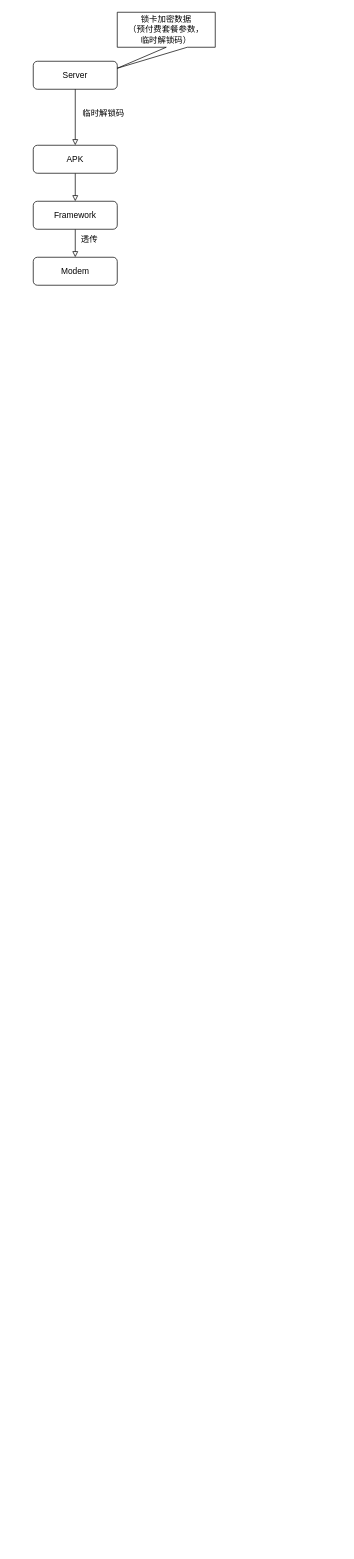
This is 预付费临时解锁码.drawio from yangzetuoyuan/yangzetuoyuan.github.io, a draw.io file, before an edit. Source tidied: cells renumbered, new cells numbered last; positions are measured from the earlier drawing's top-left corner, leaving out a move shared by most shapes. Both pictures are drawn from the tidied source at 70%, with x=0, y=0 at pixel (33, 12).
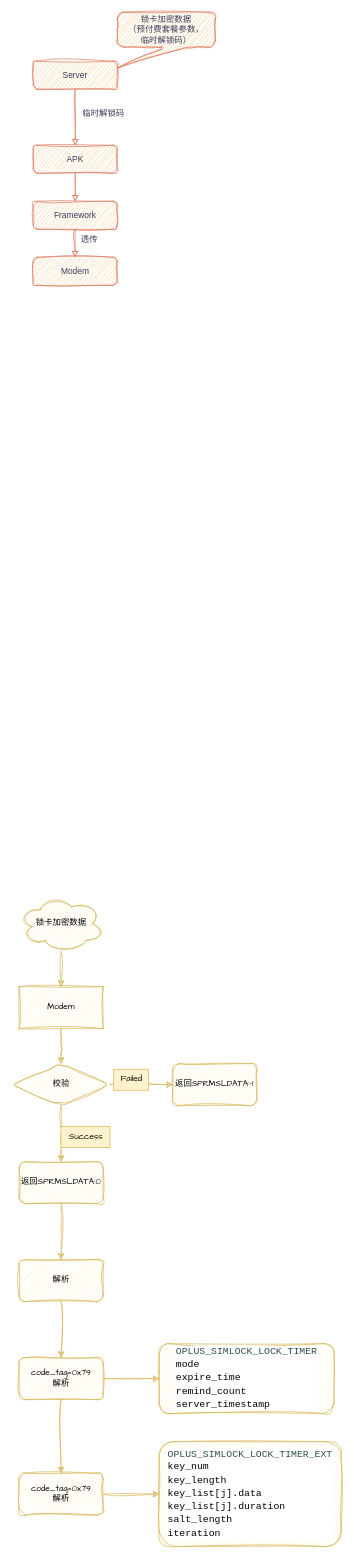
After the change.

Commit message:
更新预付费临时解锁码.drawio

What changed in the source:
```diff
@@
-    <mxCell id="2" value="Server" style="rounded=1;whiteSpace=wrap;html=1;fontSize=12;glass=0;strokeWidth=1;shadow=0;" parent="1" vertex="1">
+    <mxCell id="2" value="Server" style="rounded=1;whiteSpace=wrap;html=1;fontSize=12;glass=0;strokeWidth=1;shadow=0;labelBackgroundColor=none;fillColor=#F2CC8F;strokeColor=#E07A5F;fontColor=#393C56;sketch=1;curveFitting=1;jiggle=2;" parent="1" vertex="1">
       <mxGeometry y="70" width="120" height="40" as="geometry" />
     </mxCell>
-    <mxCell id="3" style="edgeStyle=orthogonalEdgeStyle;rounded=0;jettySize=auto;html=1;exitX=0.5;exitY=1;exitDx=0;exitDy=0;endArrow=block;endFill=0;" parent="1" edge="1" source="4" target="6">
+    <mxCell id="3" style="edgeStyle=orthogonalEdgeStyle;rounded=1;jettySize=auto;html=1;exitX=0.5;exitY=1;exitDx=0;exitDy=0;endArrow=block;endFill=0;labelBackgroundColor=none;strokeColor=#E07A5F;fontColor=default;sketch=1;curveFitting=1;jiggle=2;" parent="1" edge="1" source="4" target="6">
       <mxGeometry relative="1" as="geometry" />
     </mxCell>
-    <mxCell id="4" value="APK" style="rounded=1;whiteSpace=wrap;html=1;fontSize=12;glass=0;strokeWidth=1;shadow=0;" parent="1" vertex="1">
+    <mxCell id="4" value="APK" style="rounded=1;whiteSpace=wrap;html=1;fontSize=12;glass=0;strokeWidth=1;shadow=0;labelBackgroundColor=none;fillColor=#F2CC8F;strokeColor=#E07A5F;fontColor=#393C56;sketch=1;curveFitting=1;jiggle=2;" parent="1" vertex="1">
       <mxGeometry y="190" width="120" height="40" as="geometry" />
     </mxCell>
-    <mxCell id="5" style="edgeStyle=orthogonalEdgeStyle;rounded=0;jettySize=auto;html=1;endArrow=block;endFill=0;" parent="1" edge="1" source="6" target="7">
+    <mxCell id="5" style="edgeStyle=orthogonalEdgeStyle;rounded=1;jettySize=auto;html=1;endArrow=block;endFill=0;labelBackgroundColor=none;strokeColor=#E07A5F;fontColor=default;sketch=1;curveFitting=1;jiggle=2;" parent="1" edge="1" source="6" target="7">
       <mxGeometry relative="1" as="geometry" />
     </mxCell>
-    <mxCell id="6" value="Framework" style="rounded=1;whiteSpace=wrap;html=1;fontSize=12;glass=0;strokeWidth=1;shadow=0;" parent="1" vertex="1">
+    <mxCell id="6" value="Framework" style="rounded=1;whiteSpace=wrap;html=1;fontSize=12;glass=0;strokeWidth=1;shadow=0;labelBackgroundColor=none;fillColor=#F2CC8F;strokeColor=#E07A5F;fontColor=#393C56;sketch=1;curveFitting=1;jiggle=2;" parent="1" vertex="1">
       <mxGeometry y="270" width="120" height="40" as="geometry" />
     </mxCell>
-    <mxCell id="7" value="Modem" style="rounded=1;whiteSpace=wrap;html=1;fontSize=12;glass=0;strokeWidth=1;shadow=0;" parent="1" vertex="1">
+    <mxCell id="7" value="Modem" style="rounded=1;whiteSpace=wrap;html=1;fontSize=12;glass=0;strokeWidth=1;shadow=0;labelBackgroundColor=none;fillColor=#F2CC8F;strokeColor=#E07A5F;fontColor=#393C56;sketch=1;curveFitting=1;jiggle=2;" parent="1" vertex="1">
       <mxGeometry y="350" width="120" height="40" as="geometry" />
     </mxCell>
-    <mxCell id="8" style="endArrow=block;html=1;rounded=0;exitX=0.5;exitY=1;exitDx=0;exitDy=0;endFill=0;" parent="1" edge="1" source="2" target="4">
+    <mxCell id="8" style="endArrow=block;html=1;rounded=1;exitX=0.5;exitY=1;exitDx=0;exitDy=0;endFill=0;labelBackgroundColor=none;strokeColor=#E07A5F;fontColor=default;sketch=1;curveFitting=1;jiggle=2;" parent="1" edge="1" source="2" target="4">
       <mxGeometry relative="1" as="geometry" />
     </mxCell>
-    <mxCell id="9" value="锁卡加密数据&lt;div&gt;（预付费套餐参数，&lt;/div&gt;&lt;div&gt;临时解锁码）&lt;/div&gt;" style="shape=callout;whiteSpace=wrap;html=1;perimeter=calloutPerimeter;position2=0;base=30;" parent="1" vertex="1">
+    <mxCell id="9" value="锁卡加密数据&lt;div&gt;（预付费套餐参数，&lt;/div&gt;&lt;div&gt;临时解锁码）&lt;/div&gt;" style="shape=callout;whiteSpace=wrap;html=1;perimeter=calloutPerimeter;position2=0;base=30;labelBackgroundColor=none;fillColor=#F2CC8F;strokeColor=#E07A5F;fontColor=#393C56;sketch=1;curveFitting=1;jiggle=2;rounded=1;" parent="1" vertex="1">
       <mxGeometry x="120" width="140" height="80" as="geometry" />
     </mxCell>
-    <mxCell id="10" value="临时解锁码" style="text;html=1;align=center;verticalAlign=middle;strokeColor=none;fillColor=none;" parent="1" vertex="1">
+    <mxCell id="10" value="临时解锁码" style="text;html=1;align=center;verticalAlign=middle;strokeColor=none;fillColor=none;labelBackgroundColor=none;fontColor=#393C56;sketch=1;curveFitting=1;jiggle=2;rounded=1;" parent="1" vertex="1">
       <mxGeometry x="60" y="130" width="80" height="30" as="geometry" />
     </mxCell>
-    <mxCell id="11" value="透传" style="text;html=1;align=center;verticalAlign=middle;strokeColor=none;fillColor=none;" parent="1" vertex="1">
+    <mxCell id="11" value="透传" style="text;html=1;align=center;verticalAlign=middle;strokeColor=none;fillColor=none;labelBackgroundColor=none;fontColor=#393C56;sketch=1;curveFitting=1;jiggle=2;rounded=1;" parent="1" vertex="1">
       <mxGeometry x="55" y="310" width="50" height="30" as="geometry" />
     </mxCell>
+    <mxCell id="12" style="edgeStyle=orthogonalEdgeStyle;rounded=1;sketch=1;hachureGap=4;jiggle=2;curveFitting=1;jettySize=auto;html=1;fontFamily=Architects Daughter;fillColor=#fff2cc;strokeColor=#d6b656;" parent="1" edge="1" source="13" target="16">
+      <mxGeometry relative="1" as="geometry" />
+    </mxCell>
+    <mxCell id="13" value="Modem" style="rounded=0;whiteSpace=wrap;html=1;sketch=1;hachureGap=4;jiggle=2;curveFitting=1;fontFamily=Architects Daughter;fillColor=#fff2cc;strokeColor=#d6b656;" parent="1" vertex="1">
+      <mxGeometry x="-20.2" y="1392" width="120" height="60" as="geometry" />
+    </mxCell>
+    <mxCell id="14" style="edgeStyle=orthogonalEdgeStyle;rounded=1;sketch=1;hachureGap=4;jiggle=2;curveFitting=1;jettySize=auto;html=1;fontFamily=Architects Daughter;fillColor=#fff2cc;strokeColor=#d6b656;" parent="1" edge="1" source="16" target="19">
+      <mxGeometry relative="1" as="geometry" />
+    </mxCell>
+    <mxCell id="15" style="edgeStyle=orthogonalEdgeStyle;rounded=1;sketch=1;hachureGap=4;jiggle=2;curveFitting=1;jettySize=auto;html=1;fontFamily=Architects Daughter;fillColor=#fff2cc;strokeColor=#d6b656;" parent="1" edge="1" source="16" target="21">
+      <mxGeometry relative="1" as="geometry" />
+    </mxCell>
+    <mxCell id="16" value="校验" style="rhombus;whiteSpace=wrap;html=1;rounded=1;sketch=1;hachureGap=4;jiggle=2;curveFitting=1;fontFamily=Architects Daughter;fillColor=#fff2cc;strokeColor=#d6b656;" parent="1" vertex="1">
+      <mxGeometry x="-30" y="1502" width="139.5" height="60" as="geometry" />
+    </mxCell>
+    <mxCell id="17" style="edgeStyle=orthogonalEdgeStyle;rounded=1;sketch=1;hachureGap=4;jiggle=2;curveFitting=1;jettySize=auto;html=1;fontFamily=Architects Daughter;fillColor=#fff2cc;strokeColor=#d6b656;" parent="1" edge="1" source="18" target="13">
+      <mxGeometry relative="1" as="geometry" />
+    </mxCell>
+    <mxCell id="18" value="锁卡加密数据" style="ellipse;shape=cloud;whiteSpace=wrap;html=1;rounded=1;sketch=1;hachureGap=4;jiggle=2;curveFitting=1;fontFamily=Architects Daughter;fillColor=#fff2cc;strokeColor=#d6b656;" parent="1" vertex="1">
+      <mxGeometry x="-20.2" y="1262" width="120" height="80" as="geometry" />
+    </mxCell>
+    <mxCell id="19" value="返回SPRMSLDATA:-1" style="whiteSpace=wrap;html=1;fontFamily=Architects Daughter;rounded=1;sketch=1;hachureGap=4;jiggle=2;curveFitting=1;fillColor=#fff2cc;strokeColor=#d6b656;" parent="1" vertex="1">
+      <mxGeometry x="199.2" y="1502" width="120" height="60" as="geometry" />
+    </mxCell>
+    <mxCell id="20" style="edgeStyle=orthogonalEdgeStyle;rounded=1;sketch=1;hachureGap=4;jiggle=2;curveFitting=1;jettySize=auto;html=1;fontFamily=Architects Daughter;fillColor=#fff2cc;strokeColor=#d6b656;" parent="1" edge="1" source="21" target="25">
+      <mxGeometry relative="1" as="geometry" />
+    </mxCell>
+    <mxCell id="21" value="返回SPRMSLDATA:0" style="whiteSpace=wrap;html=1;fontFamily=Architects Daughter;rounded=1;sketch=1;hachureGap=4;jiggle=2;curveFitting=1;fillColor=#fff2cc;strokeColor=#d6b656;" parent="1" vertex="1">
+      <mxGeometry x="-20.2" y="1642" width="120" height="60" as="geometry" />
+    </mxCell>
+    <mxCell id="22" value="Failed" style="text;html=1;align=center;verticalAlign=middle;strokeColor=#d6b656;fillColor=#fff2cc;fontFamily=Architects Daughter;" parent="1" vertex="1">
+      <mxGeometry x="114.8" y="1510" width="50" height="30" as="geometry" />
+    </mxCell>
+    <mxCell id="23" value="Success" style="text;html=1;align=center;verticalAlign=middle;strokeColor=#d6b656;fillColor=#fff2cc;fontFamily=Architects Daughter;" parent="1" vertex="1">
+      <mxGeometry x="39.5" y="1592" width="70" height="30" as="geometry" />
+    </mxCell>
+    <mxCell id="24" style="edgeStyle=orthogonalEdgeStyle;rounded=1;sketch=1;hachureGap=4;jiggle=2;curveFitting=1;jettySize=auto;html=1;fontFamily=Architects Daughter;fillColor=#fff2cc;strokeColor=#d6b656;" parent="1" edge="1" source="25" target="28">
+      <mxGeometry relative="1" as="geometry" />
+    </mxCell>
+    <mxCell id="25" value="解析" style="whiteSpace=wrap;html=1;fontFamily=Architects Daughter;rounded=1;sketch=1;hachureGap=4;jiggle=2;curveFitting=1;fillColor=#fff2cc;strokeColor=#d6b656;" parent="1" vertex="1">
+      <mxGeometry x="-20.2" y="1782" width="120" height="60" as="geometry" />
+    </mxCell>
+    <mxCell id="26" style="edgeStyle=orthogonalEdgeStyle;rounded=1;sketch=1;hachureGap=4;jiggle=2;curveFitting=1;jettySize=auto;html=1;fontFamily=Architects Daughter;fillColor=#fff2cc;strokeColor=#d6b656;" parent="1" edge="1" source="28" target="30">
+      <mxGeometry relative="1" as="geometry" />
+    </mxCell>
+    <mxCell id="27" style="edgeStyle=orthogonalEdgeStyle;rounded=1;sketch=1;hachureGap=4;jiggle=2;curveFitting=1;jettySize=auto;html=1;fontFamily=Architects Daughter;fillColor=#fff2cc;strokeColor=#d6b656;" parent="1" edge="1" source="28" target="31">
+      <mxGeometry relative="1" as="geometry" />
+    </mxCell>
+    <mxCell id="28" value="code_tag=0x79&lt;div&gt;解析&lt;/div&gt;" style="whiteSpace=wrap;html=1;fontFamily=Architects Daughter;rounded=1;sketch=1;hachureGap=4;jiggle=2;curveFitting=1;fillColor=#fff2cc;strokeColor=#d6b656;" parent="1" vertex="1">
+      <mxGeometry x="-20.2" y="1922" width="120" height="60" as="geometry" />
+    </mxCell>
+    <mxCell id="29" style="edgeStyle=orthogonalEdgeStyle;rounded=1;sketch=1;hachureGap=4;jiggle=2;curveFitting=1;jettySize=auto;html=1;fontFamily=Architects Daughter;fillColor=#fff2cc;strokeColor=#d6b656;" parent="1" edge="1" source="30" target="32">
+      <mxGeometry relative="1" as="geometry" />
+    </mxCell>
+    <mxCell id="30" value="code_tag=0x79&lt;div&gt;解析&lt;/div&gt;" style="whiteSpace=wrap;html=1;fontFamily=Architects Daughter;rounded=1;sketch=1;hachureGap=4;jiggle=2;curveFitting=1;fillColor=#fff2cc;strokeColor=#d6b656;" parent="1" vertex="1">
+      <mxGeometry x="-20.2" y="2087" width="120" height="60" as="geometry" />
+    </mxCell>
+    <mxCell id="31" value="&lt;span style=&quot;color: rgb(47, 79, 79); font-family: Consolas, &amp;quot;Courier New&amp;quot;, monospace; font-size: 14px; white-space: pre; background-color: rgb(255, 255, 255);&quot;&gt;OPLUS_SIMLOCK_LOCK_TIMER&lt;/span&gt;&lt;div&gt;&lt;div style=&quot;text-align: left; background-color: rgb(255, 255, 255); font-family: Consolas, &amp;quot;Courier New&amp;quot;, monospace; font-size: 14px; line-height: 19px; white-space: pre;&quot;&gt;mode&lt;/div&gt;&lt;/div&gt;&lt;div style=&quot;background-color: rgb(255, 255, 255); font-family: Consolas, &amp;quot;Courier New&amp;quot;, monospace; font-size: 14px; line-height: 19px; white-space: pre;&quot;&gt;&lt;div style=&quot;text-align: left; line-height: 19px;&quot;&gt;expire_time&lt;/div&gt;&lt;div style=&quot;line-height: 19px;&quot;&gt;&lt;div style=&quot;text-align: left; line-height: 19px;&quot;&gt;remind_count&lt;/div&gt;&lt;div style=&quot;line-height: 19px;&quot;&gt;&lt;div style=&quot;text-align: left; line-height: 19px;&quot;&gt;server_timestamp&lt;/div&gt;&lt;/div&gt;&lt;/div&gt;&lt;/div&gt;" style="whiteSpace=wrap;html=1;fontFamily=Architects Daughter;rounded=1;sketch=1;hachureGap=4;jiggle=2;curveFitting=1;fillColor=#fff2cc;strokeColor=#d6b656;" parent="1" vertex="1">
+      <mxGeometry x="179.8" y="1902" width="250" height="100" as="geometry" />
+    </mxCell>
+    <mxCell id="32" value="&lt;span style=&quot;color: rgb(47, 79, 79); font-family: Consolas, &amp;quot;Courier New&amp;quot;, monospace; font-size: 14px; white-space: pre; background-color: rgb(255, 255, 255);&quot;&gt;OPLUS_SIMLOCK_LOCK_TIMER_EXT&lt;/span&gt;&lt;div&gt;&lt;div style=&quot;text-align: left; background-color: rgb(255, 255, 255); font-family: Consolas, &amp;quot;Courier New&amp;quot;, monospace; font-size: 14px; line-height: 19px; white-space: pre;&quot;&gt;key_num&lt;/div&gt;&lt;/div&gt;&lt;div style=&quot;background-color: rgb(255, 255, 255); font-family: Consolas, &amp;quot;Courier New&amp;quot;, monospace; font-size: 14px; line-height: 19px; white-space: pre;&quot;&gt;&lt;div style=&quot;text-align: left; line-height: 19px;&quot;&gt;key_length&lt;/div&gt;&lt;div style=&quot;line-height: 19px;&quot;&gt;&lt;div style=&quot;text-align: left; line-height: 19px;&quot;&gt;key_list[j].data&lt;/div&gt;&lt;div style=&quot;line-height: 19px;&quot;&gt;&lt;div style=&quot;text-align: left; line-height: 19px;&quot;&gt;key_list[j].duration&lt;/div&gt;&lt;div style=&quot;line-height: 19px;&quot;&gt;&lt;div style=&quot;text-align: left; line-height: 19px;&quot;&gt;salt_length&lt;/div&gt;&lt;div style=&quot;line-height: 19px;&quot;&gt;&lt;div style=&quot;text-align: left; line-height: 19px;&quot;&gt;iteration&lt;/div&gt;&lt;/div&gt;&lt;/div&gt;&lt;/div&gt;&lt;/div&gt;&lt;/div&gt;" style="whiteSpace=wrap;html=1;fontFamily=Architects Daughter;rounded=1;sketch=1;hachureGap=4;jiggle=2;curveFitting=1;fillColor=#fff2cc;strokeColor=#d6b656;" parent="1" vertex="1">
+      <mxGeometry x="179.8" y="2042" width="260" height="150" as="geometry" />
+    </mxCell>
```
